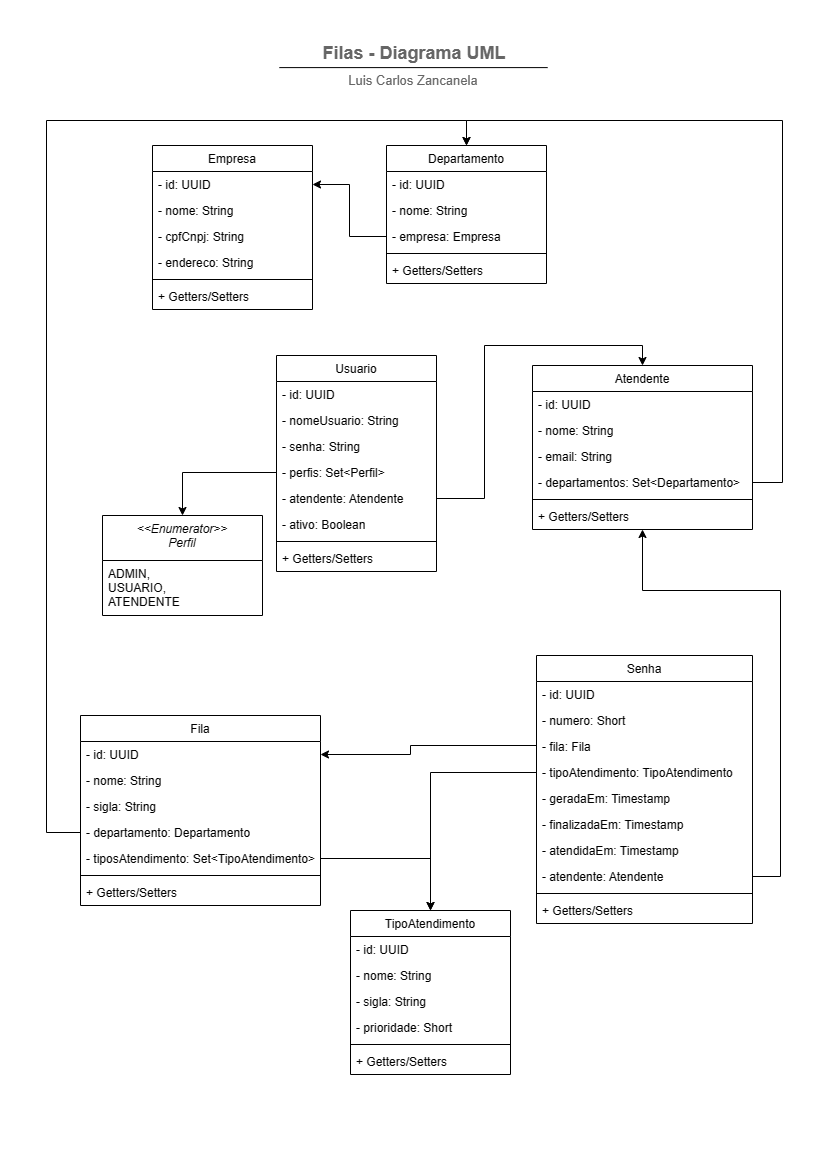
Earlier version of the draw.io export docs/uml-diagram.drawio.png (didifive/queue-service-api). Source tidied: cells renumbered, new cells last; positions are measured from the earlier drawing's top-left corner, leaving out a move shared by most shapes.
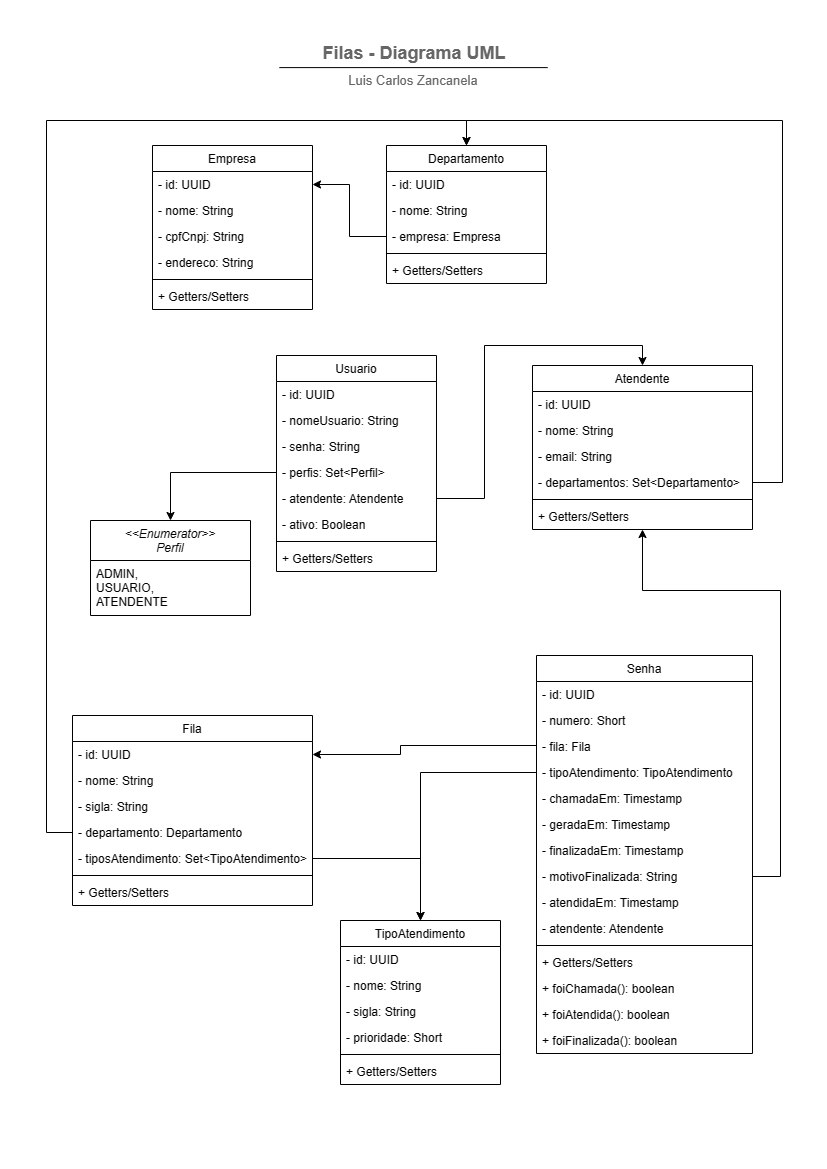
After the change.

Diff of the diagram source:
```diff
@@ -33,7 +33,7 @@
       </mxGeometry>
     </mxCell>
     <mxCell id="10" value="Fila" style="swimlane;fontStyle=0;align=center;verticalAlign=top;horizontal=1;startSize=26;rounded=0;shadow=0;strokeWidth=1;" parent="1" vertex="1">
-      <mxGeometry x="34" y="685" width="240" height="190" as="geometry" />
+      <mxGeometry x="26" y="685" width="240" height="190" as="geometry" />
     </mxCell>
     <mxCell id="11" value="- id: UUID" style="text;align=left;verticalAlign=top;spacingLeft=4;spacingRight=4;overflow=hidden;points=[[0,0.5],[1,0.5]];portConstraint=eastwest;" parent="10" vertex="1">
       <mxGeometry y="26" width="240" height="26" as="geometry" />
@@ -66,7 +66,7 @@
       </mxGeometry>
     </mxCell>
     <mxCell id="19" value="Senha" style="swimlane;fontStyle=0;align=center;verticalAlign=top;horizontal=1;startSize=26;rounded=0;shadow=0;strokeWidth=1;" parent="1" vertex="1">
-      <mxGeometry x="490" y="625" width="216" height="268" as="geometry" />
+      <mxGeometry x="490" y="625" width="216" height="398" as="geometry" />
     </mxCell>
     <mxCell id="20" value="- id: UUID" style="text;align=left;verticalAlign=top;spacingLeft=4;spacingRight=4;overflow=hidden;" parent="19" vertex="1">
       <mxGeometry y="26" width="216" height="26" as="geometry" />
@@ -80,24 +80,39 @@
     <mxCell id="23" value="- tipoAtendimento: TipoAtendimento" style="text;align=left;verticalAlign=top;spacingLeft=4;spacingRight=4;overflow=hidden;points=[[0,0.5],[1,0.5]];portConstraint=eastwest;" parent="19" vertex="1">
       <mxGeometry y="104" width="216" height="26" as="geometry" />
     </mxCell>
+    <mxCell id="72" value="- chamadaEm: Timestamp" style="text;align=left;verticalAlign=top;spacingLeft=4;spacingRight=4;overflow=hidden;" parent="19" vertex="1">
+      <mxGeometry y="130" width="216" height="26" as="geometry" />
+    </mxCell>
     <mxCell id="24" value="- geradaEm: Timestamp" style="text;align=left;verticalAlign=top;spacingLeft=4;spacingRight=4;overflow=hidden;" parent="19" vertex="1">
-      <mxGeometry y="130" width="216" height="26" as="geometry" />
+      <mxGeometry y="156" width="216" height="26" as="geometry" />
     </mxCell>
     <mxCell id="25" value="- finalizadaEm: Timestamp" style="text;align=left;verticalAlign=top;spacingLeft=4;spacingRight=4;overflow=hidden;" parent="19" vertex="1">
-      <mxGeometry y="156" width="216" height="26" as="geometry" />
+      <mxGeometry y="182" width="216" height="26" as="geometry" />
     </mxCell>
+    <mxCell id="73" value="- motivoFinalizada: String" style="text;align=left;verticalAlign=top;spacingLeft=4;spacingRight=4;overflow=hidden;" parent="19" vertex="1">
+      <mxGeometry y="208" width="216" height="26" as="geometry" />
+    </mxCell>
     <mxCell id="26" value="- atendidaEm: Timestamp" style="text;align=left;verticalAlign=top;spacingLeft=4;spacingRight=4;overflow=hidden;" parent="19" vertex="1">
-      <mxGeometry y="182" width="216" height="26" as="geometry" />
+      <mxGeometry y="234" width="216" height="26" as="geometry" />
     </mxCell>
     <mxCell id="27" value="- atendente: Atendente" style="text;align=left;verticalAlign=top;spacingLeft=4;spacingRight=4;overflow=hidden;points=[[0,0.5],[1,0.5]];portConstraint=eastwest;" parent="19" vertex="1">
-      <mxGeometry y="208" width="216" height="26" as="geometry" />
+      <mxGeometry y="260" width="216" height="26" as="geometry" />
     </mxCell>
     <mxCell id="28" style="line;html=1;strokeWidth=1;align=left;verticalAlign=middle;spacingTop=-1;spacingLeft=3;spacingRight=3;labelPosition=right;" parent="19" vertex="1">
-      <mxGeometry y="234" width="216" height="8" as="geometry" />
+      <mxGeometry y="286" width="216" height="8" as="geometry" />
     </mxCell>
     <mxCell id="29" value="+ Getters/Setters" style="text;align=left;verticalAlign=top;spacingLeft=4;spacingRight=4;overflow=hidden;rounded=0;shadow=0;html=0;" parent="19" vertex="1">
-      <mxGeometry y="242" width="216" height="26" as="geometry" />
+      <mxGeometry y="294" width="216" height="26" as="geometry" />
     </mxCell>
+    <mxCell id="74" value="+ foiChamada(): boolean" style="text;align=left;verticalAlign=top;spacingLeft=4;spacingRight=4;overflow=hidden;" parent="19" vertex="1">
+      <mxGeometry y="320" width="216" height="26" as="geometry" />
+    </mxCell>
+    <mxCell id="75" value="+ foiAtendida(): boolean" style="text;align=left;verticalAlign=top;spacingLeft=4;spacingRight=4;overflow=hidden;" parent="19" vertex="1">
+      <mxGeometry y="346" width="216" height="26" as="geometry" />
+    </mxCell>
+    <mxCell id="76" value="+ foiFinalizada(): boolean" style="text;align=left;verticalAlign=top;spacingLeft=4;spacingRight=4;overflow=hidden;" parent="19" vertex="1">
+      <mxGeometry y="372" width="216" height="26" as="geometry" />
+    </mxCell>
     <mxCell id="30" value="Atendente" style="swimlane;fontStyle=0;align=center;verticalAlign=top;horizontal=1;startSize=26;rounded=0;shadow=0;strokeWidth=1;" parent="1" vertex="1">
       <mxGeometry x="486" y="335" width="220" height="164" as="geometry" />
     </mxCell>
@@ -146,18 +161,18 @@
     <mxCell id="45" value="+ Getters/Setters" style="text;align=left;verticalAlign=top;spacingLeft=4;spacingRight=4;overflow=hidden;rounded=0;shadow=0;html=0;" parent="37" vertex="1">
       <mxGeometry y="190" width="160" height="26" as="geometry" />
     </mxCell>
-    <mxCell id="46" value="&lt;&lt;Enumerator&gt;&gt;&#10;Perfil" style="swimlane;fontStyle=2;align=center;verticalAlign=top;horizontal=1;startSize=45;rounded=0;shadow=0;strokeWidth=1;" parent="1" vertex="1">
-      <mxGeometry x="56" y="485" width="160" height="100" as="geometry" />
+    <mxCell id="46" value="&lt;&lt;Enumerator&gt;&gt;&#10;Perfil" style="swimlane;fontStyle=2;align=center;verticalAlign=top;horizontal=1;startSize=40;rounded=0;shadow=0;strokeWidth=1;" parent="1" vertex="1">
+      <mxGeometry x="44" y="490" width="160" height="95" as="geometry" />
     </mxCell>
     <mxCell id="47" value="ADMIN, &#10;USUARIO, &#10;ATENDENTE" style="text;align=left;verticalAlign=top;spacingLeft=4;spacingRight=4;overflow=hidden;" parent="46" vertex="1">
-      <mxGeometry y="45" width="160" height="55" as="geometry" />
+      <mxGeometry y="40" width="160" height="55" as="geometry" />
     </mxCell>
     <mxCell id="48" style="edgeStyle=orthogonalEdgeStyle;rounded=0;jettySize=auto;html=1;entryX=1;entryY=0.5;entryDx=0;entryDy=0;exitX=0;exitY=0.5;exitDx=0;exitDy=0;" parent="1" edge="1" source="22" target="11">
       <mxGeometry relative="1" as="geometry">
         <Array as="points">
           <mxPoint x="490" y="715" />
-          <mxPoint x="364" y="715" />
-          <mxPoint x="364" y="724" />
+          <mxPoint x="354" y="715" />
+          <mxPoint x="354" y="724" />
         </Array>
       </mxGeometry>
     </mxCell>
@@ -195,7 +210,7 @@
       <mxGeometry x="15.9" y="31" width="268.3" height="12.2" as="geometry" />
     </mxCell>
     <mxCell id="60" value="TipoAtendimento" style="swimlane;fontStyle=0;align=center;verticalAlign=top;horizontal=1;startSize=26;rounded=0;shadow=0;strokeWidth=1;" parent="1" vertex="1">
-      <mxGeometry x="304" y="880" width="160" height="164" as="geometry" />
+      <mxGeometry x="294" y="890" width="160" height="164" as="geometry" />
     </mxCell>
     <mxCell id="61" value="- id: UUID" style="text;align=left;verticalAlign=top;spacingLeft=4;spacingRight=4;overflow=hidden;" parent="60" vertex="1">
       <mxGeometry y="26" width="160" height="26" as="geometry" />
@@ -233,8 +248,12 @@
     <mxCell id="70" style="edgeStyle=orthogonalEdgeStyle;rounded=0;jettySize=auto;html=1;entryX=0.5;entryY=0;entryDx=0;entryDy=0;startArrow=none;startFill=0;endArrow=classic;endFill=1;" parent="1" edge="1" source="42" target="30">
       <mxGeometry relative="1" as="geometry" />
     </mxCell>
-    <mxCell id="71" style="edgeStyle=orthogonalEdgeStyle;rounded=0;jettySize=auto;html=1;entryX=0.5;entryY=0;entryDx=0;entryDy=0;startArrow=none;startFill=0;endArrow=classic;endFill=1;" parent="1" edge="1" source="23" target="60">
-      <mxGeometry relative="1" as="geometry" />
+    <mxCell id="71" style="edgeStyle=orthogonalEdgeStyle;rounded=0;jettySize=auto;html=1;entryX=0.5;entryY=0;entryDx=0;entryDy=0;startArrow=none;startFill=0;endArrow=classic;endFill=1;exitX=0;exitY=0.5;exitDx=0;exitDy=0;" parent="1" edge="1" source="23" target="60">
+      <mxGeometry relative="1" as="geometry">
+        <Array as="points">
+          <mxPoint x="374" y="742" />
+        </Array>
+      </mxGeometry>
     </mxCell>
   </root>
 </mxGraphModel>
```
